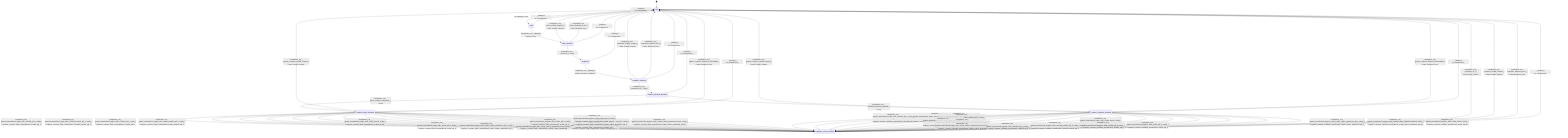
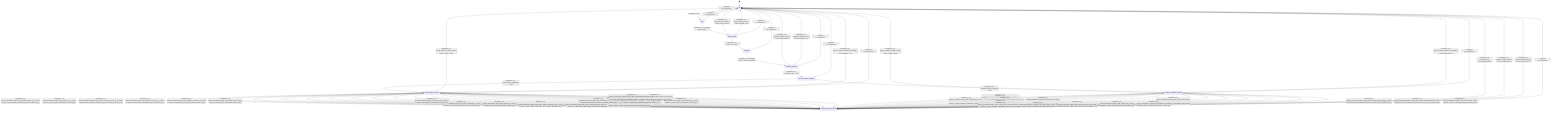
stateDiagram-v2
  direction TB
  [*] --> idle
  idle --> slots : run [always] / none
  slots --> slots_decision : completion_run_ [always] / request_slots_
  slots_decision --> snapshot : completion_run_ [slots_ok_] / none
  slots_decision --> idle : completion_run_ [slots_invalid_request_] / mark_invalid_request_
  slots_decision --> idle : completion_run_ [slots_backend_error_] / mark_backend_error_
  snapshot --> snapshot_decision : completion_run_ [always] / request_memory_snapshot_
  snapshot_decision --> contract_runtime_decision : completion_run_ [snapshot_ok_] / none
  snapshot_decision --> idle : completion_run_ [snapshot_invalid_request_] / mark_invalid_request_
  snapshot_decision --> idle : completion_run_ [snapshot_backend_error_] / mark_backend_error_
  contract_runtime_decision --> contract_flash_decision : completion_run_ [flash_runtime_supported_] / none
  contract_runtime_decision --> contract_nonflash_decision : completion_run_ [nonflash_runtime_required_] / none
  contract_flash_decision --> idle : completion_run_ [guard_compute_invalid_request_] / mark_invalid_request_
  contract_flash_decision --> idle : completion_run_ [guard_compute_backend_unavailable_] / mark_backend_error_
+   contract_flash_decision --> compute_result_decision : completion_run_ [guard_materialized_logits_with_parallel_chunk8_q8_k_ready_] / request_contract_flash_materialized_parallel_chunk8_q8_k_
  contract_flash_decision --> compute_result_decision : completion_run_ [guard_materialized_logits_with_chunk8_q8_k_ready_] / request_contract_flash_materialized_chunk8_q8_k_
+   contract_flash_decision --> compute_result_decision : completion_run_ [guard_materialized_logits_with_parallel_chunk4_packed_q8_0_ready_] / request_contract_flash_materialized_parallel_chunk4_packed_q8_0_
  contract_flash_decision --> compute_result_decision : completion_run_ [guard_materialized_logits_with_chunk4_packed_q8_0_ready_] / request_contract_flash_materialized_chunk4_packed_q8_0_
+   contract_flash_decision --> compute_result_decision : completion_run_ [guard_materialized_logits_with_parallel_chunk4_q8_k_ready_] / request_contract_flash_materialized_parallel_chunk4_q8_k_
  contract_flash_decision --> compute_result_decision : completion_run_ [guard_materialized_logits_with_chunk4_q8_k_ready_] / request_contract_flash_materialized_chunk4_q8_k_
  contract_flash_decision --> compute_result_decision : completion_run_ [guard_materialized_logits_with_scalar_packed_q8_0_ready_] / request_contract_flash_materialized_scalar_packed_q8_0_
  contract_flash_decision --> compute_result_decision : completion_run_ [guard_materialized_logits_with_scalar_q8_k_ready_] / request_contract_flash_materialized_scalar_q8_k_
  contract_flash_decision --> compute_result_decision : completion_run_ [guard_materialized_logits_with_scalar_native_quantized_q8_k_ready_] / request_contract_flash_materialized_scalar_native_quantized_q8_k_
  contract_flash_decision --> compute_result_decision : completion_run_ [guard_materialized_logits_with_scalar_native_quantized_kernel_ready_] / request_contract_flash_materialized_scalar_native_quantized_
  contract_flash_decision --> compute_result_decision : completion_run_ [guard_materialized_logits_with_scalar_kernel_ready_] / request_contract_flash_materialized_scalar_kernel_
+   contract_flash_decision --> compute_result_decision : completion_run_ [guard_preselected_argmax_with_parallel_chunk8_q8_k_ready_] / request_contract_flash_preselected_parallel_chunk8_q8_k_
  contract_flash_decision --> compute_result_decision : completion_run_ [guard_preselected_argmax_with_chunk8_q8_k_ready_] / request_contract_flash_preselected_chunk8_q8_k_
+   contract_flash_decision --> compute_result_decision : completion_run_ [guard_preselected_argmax_with_parallel_chunk4_packed_q8_0_ready_] / request_contract_flash_preselected_parallel_chunk4_packed_q8_0_
  contract_flash_decision --> compute_result_decision : completion_run_ [guard_preselected_argmax_with_chunk4_packed_q8_0_ready_] / request_contract_flash_preselected_chunk4_packed_q8_0_
+   contract_flash_decision --> compute_result_decision : completion_run_ [guard_preselected_argmax_with_parallel_chunk4_q8_k_ready_] / request_contract_flash_preselected_parallel_chunk4_q8_k_
  contract_flash_decision --> compute_result_decision : completion_run_ [guard_preselected_argmax_with_chunk4_q8_k_ready_] / request_contract_flash_preselected_chunk4_q8_k_
  contract_flash_decision --> compute_result_decision : completion_run_ [guard_preselected_argmax_with_scalar_q8_k_ready_] / request_contract_flash_preselected_scalar_q8_k_
  contract_flash_decision --> compute_result_decision : completion_run_ [guard_preselected_argmax_with_scalar_native_quantized_q8_k_ready_] / request_contract_flash_preselected_scalar_native_quantized_q8_k_
  contract_flash_decision --> compute_result_decision : completion_run_ [guard_preselected_argmax_with_scalar_native_quantized_kernel_ready_] / request_contract_flash_preselected_scalar_native_quantized_kernel_
  contract_flash_decision --> compute_result_decision : completion_run_ [guard_preselected_argmax_with_scalar_kernel_ready_] / request_contract_flash_preselected_scalar_kernel_
  contract_nonflash_decision --> idle : completion_run_ [guard_compute_invalid_request_] / mark_invalid_request_
  contract_nonflash_decision --> idle : completion_run_ [guard_compute_backend_unavailable_] / mark_backend_error_
  contract_nonflash_decision --> compute_result_decision : completion_run_ [guard_materialized_logits_with_chunk8_q8_k_ready_] / request_contract_nonflash_materialized_chunk8_q8_k_
  contract_nonflash_decision --> compute_result_decision : completion_run_ [guard_materialized_logits_with_chunk4_packed_q8_0_ready_] / request_contract_nonflash_materialized_chunk4_packed_q8_0_
  contract_nonflash_decision --> compute_result_decision : completion_run_ [guard_materialized_logits_with_chunk4_q8_k_ready_] / request_contract_nonflash_materialized_chunk4_q8_k_
  contract_nonflash_decision --> compute_result_decision : completion_run_ [guard_materialized_logits_with_scalar_packed_q8_0_ready_] / request_contract_nonflash_materialized_scalar_packed_q8_0_
  contract_nonflash_decision --> compute_result_decision : completion_run_ [guard_materialized_logits_with_scalar_q8_k_ready_] / request_contract_nonflash_materialized_scalar_q8_k_
  contract_nonflash_decision --> compute_result_decision : completion_run_ [guard_materialized_logits_with_scalar_native_quantized_q8_k_ready_] / request_contract_nonflash_materialized_scalar_native_quantized_q8_k_
  contract_nonflash_decision --> compute_result_decision : completion_run_ [guard_materialized_logits_with_scalar_native_quantized_kernel_ready_] / request_contract_nonflash_materialized_scalar_native_quantized_
  contract_nonflash_decision --> compute_result_decision : completion_run_ [guard_materialized_logits_with_scalar_kernel_ready_] / request_contract_nonflash_materialized_scalar_kernel_
  contract_nonflash_decision --> compute_result_decision : completion_run_ [guard_preselected_argmax_with_chunk8_q8_k_ready_] / request_contract_nonflash_preselected_chunk8_q8_k_
  contract_nonflash_decision --> compute_result_decision : completion_run_ [guard_preselected_argmax_with_chunk4_packed_q8_0_ready_] / request_contract_nonflash_preselected_chunk4_packed_q8_0_
  contract_nonflash_decision --> compute_result_decision : completion_run_ [guard_preselected_argmax_with_chunk4_q8_k_ready_] / request_contract_nonflash_preselected_chunk4_q8_k_
  contract_nonflash_decision --> compute_result_decision : completion_run_ [guard_preselected_argmax_with_scalar_q8_k_ready_] / request_contract_nonflash_preselected_scalar_q8_k_
  contract_nonflash_decision --> compute_result_decision : completion_run_ [guard_preselected_argmax_with_scalar_native_quantized_q8_k_ready_] / request_contract_nonflash_preselected_scalar_native_quantized_q8_k_
  contract_nonflash_decision --> compute_result_decision : completion_run_ [guard_preselected_argmax_with_scalar_native_quantized_kernel_ready_] / request_contract_nonflash_preselected_scalar_native_quantized_kernel_
  contract_nonflash_decision --> compute_result_decision : completion_run_ [guard_preselected_argmax_with_scalar_kernel_ready_] / request_contract_nonflash_preselected_scalar_kernel_
  compute_result_decision --> idle : completion_run_ [compute_ok_] / mark_prefill_cached_
  compute_result_decision --> idle : completion_run_ [compute_invalid_request_] / mark_invalid_request_
  compute_result_decision --> idle : completion_run_ [compute_backend_error_] / mark_backend_error_
  idle --> idle : _ [always] / on_unexpected_
  slots --> idle : _ [always] / on_unexpected_
  slots_decision --> idle : _ [always] / on_unexpected_
  snapshot --> idle : _ [always] / on_unexpected_
  snapshot_decision --> idle : _ [always] / on_unexpected_
  contract_runtime_decision --> idle : _ [always] / on_unexpected_
  contract_flash_decision --> idle : _ [always] / on_unexpected_
  contract_nonflash_decision --> idle : _ [always] / on_unexpected_
  compute_result_decision --> idle : _ [always] / on_unexpected_
